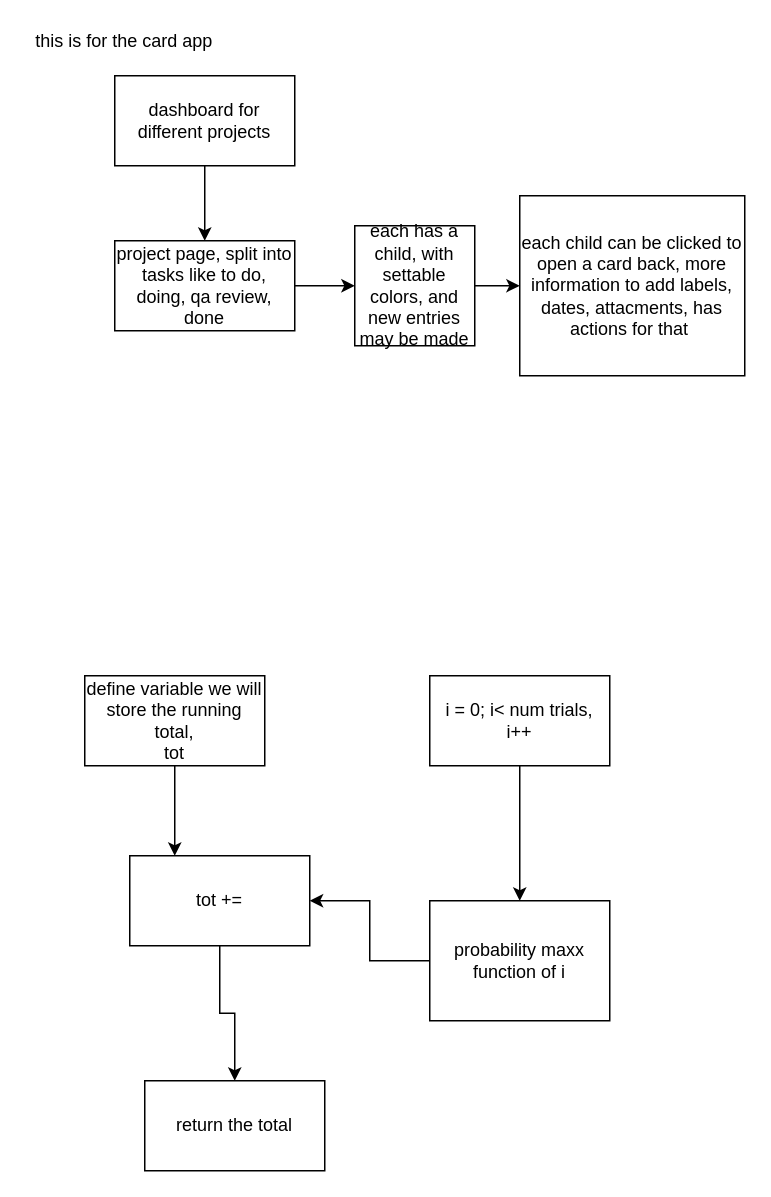
The draw.io diagram schematics.drawio in fergusonB/old-website, before the edit. Source tidied: cells renumbered, new cells numbered last; positions are measured from the earlier drawing's top-left corner, leaving out a move shared by most shapes. Both pictures are drawn from the tidied source at 150%, with x=0, y=0 at pixel (26, 26).
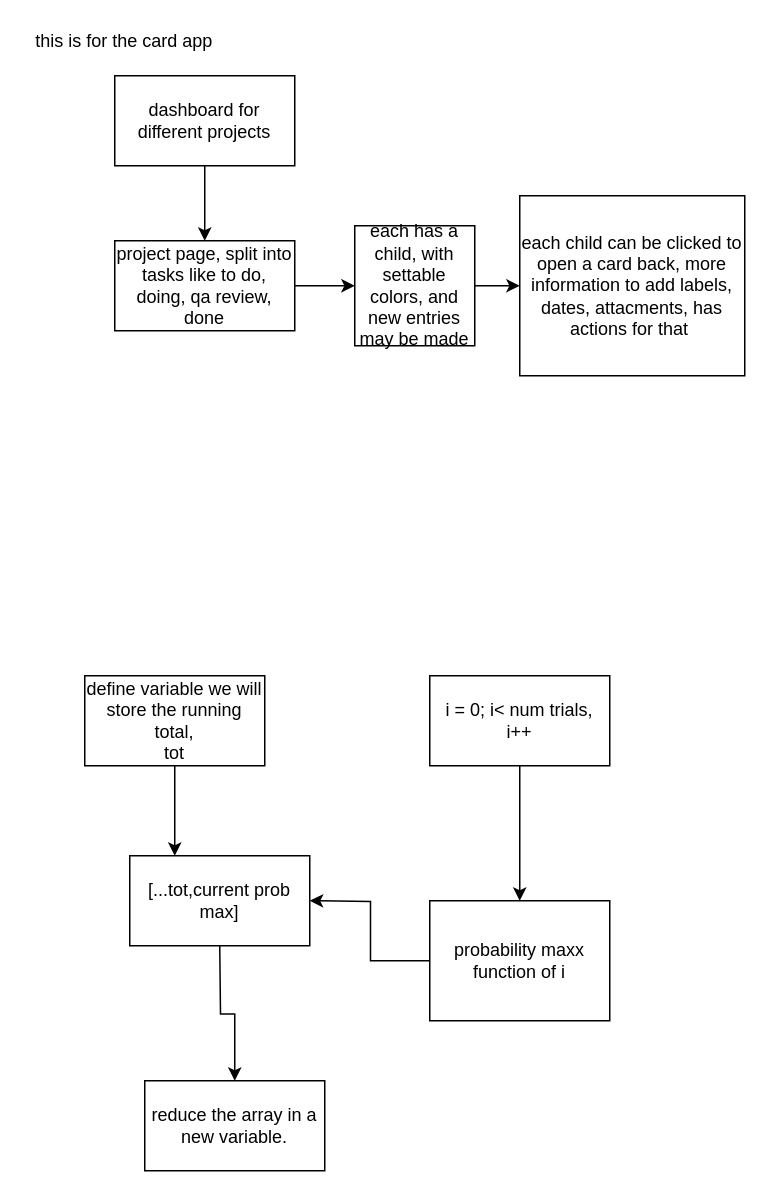
Above is the later version.

Commit message (it also covers changes not shown here):
everything working, not reactive yet

Unchanged cells that the change refers to:
```xml
<mxCell id="13" value="probability maxx function of i&lt;br&gt;" style="rounded=0;whiteSpace=wrap;html=1;" parent="1" vertex="1">
  <mxGeometry x="269" y="583" width="120" height="80" as="geometry" />
</mxCell>
<mxCell id="15" value="define variable we will store the running total,&lt;br&gt;tot" style="rounded=0;whiteSpace=wrap;html=1;" parent="1" vertex="1">
  <mxGeometry x="39" y="433" width="120" height="60" as="geometry" />
</mxCell>
```

What changed in the source:
```diff
@@
-    <mxCell id="12" style="edgeStyle=orthogonalEdgeStyle;rounded=0;jettySize=auto;html=1;exitX=0;exitY=0.5;exitDx=0;exitDy=0;entryX=1;entryY=0.5;entryDx=0;entryDy=0;" parent="1" edge="1" source="13" target="17">
-      <mxGeometry relative="1" as="geometry" />
+    <mxCell id="12" style="edgeStyle=orthogonalEdgeStyle;rounded=0;jettySize=auto;html=1;exitX=0;exitY=0.5;exitDx=0;exitDy=0;entryX=1;entryY=0.5;entryDx=0;entryDy=0;" parent="1" edge="1" source="13">
+      <mxGeometry relative="1" as="geometry">
+        <mxPoint x="189" y="583" as="targetPoint" />
+      </mxGeometry>
     </mxCell>
@@
-    <mxCell id="14" style="edgeStyle=orthogonalEdgeStyle;rounded=0;jettySize=auto;html=1;exitX=0.5;exitY=1;exitDx=0;exitDy=0;entryX=0.25;entryY=0;entryDx=0;entryDy=0;" parent="1" edge="1" source="15" target="17">
-      <mxGeometry relative="1" as="geometry" />
+    <mxCell id="14" style="edgeStyle=orthogonalEdgeStyle;rounded=0;jettySize=auto;html=1;exitX=0.5;exitY=1;exitDx=0;exitDy=0;entryX=0.25;entryY=0;entryDx=0;entryDy=0;" parent="1" edge="1" source="15">
+      <mxGeometry relative="1" as="geometry">
+        <mxPoint x="99" y="553" as="targetPoint" />
+      </mxGeometry>
     </mxCell>
@@
-    <mxCell id="16" style="edgeStyle=orthogonalEdgeStyle;rounded=0;jettySize=auto;html=1;exitX=0.5;exitY=1;exitDx=0;exitDy=0;" parent="1" edge="1" source="17" target="18">
-      <mxGeometry relative="1" as="geometry" />
+    <mxCell id="16" style="edgeStyle=orthogonalEdgeStyle;rounded=0;jettySize=auto;html=1;exitX=0.5;exitY=1;exitDx=0;exitDy=0;" parent="1" edge="1" target="18">
+      <mxGeometry relative="1" as="geometry">
+        <mxPoint x="129" y="613" as="sourcePoint" />
+      </mxGeometry>
     </mxCell>
-    <mxCell id="17" value="tot +=" style="rounded=0;whiteSpace=wrap;html=1;" parent="1" vertex="1">
-      <mxGeometry x="69" y="553" width="120" height="60" as="geometry" />
-    </mxCell>
-    <mxCell id="18" value="return the total&lt;br&gt;" style="rounded=0;whiteSpace=wrap;html=1;" parent="1" vertex="1">
+    <mxCell id="18" value="reduce the array in a new variable." style="rounded=0;whiteSpace=wrap;html=1;" parent="1" vertex="1">
       <mxGeometry x="79" y="703" width="120" height="60" as="geometry" />
     </mxCell>
+    <mxCell id="19" value="[...tot,current prob max]" style="rounded=0;whiteSpace=wrap;html=1;" parent="1" vertex="1">
+      <mxGeometry x="69" y="553" width="120" height="60" as="geometry" />
+    </mxCell>
```
